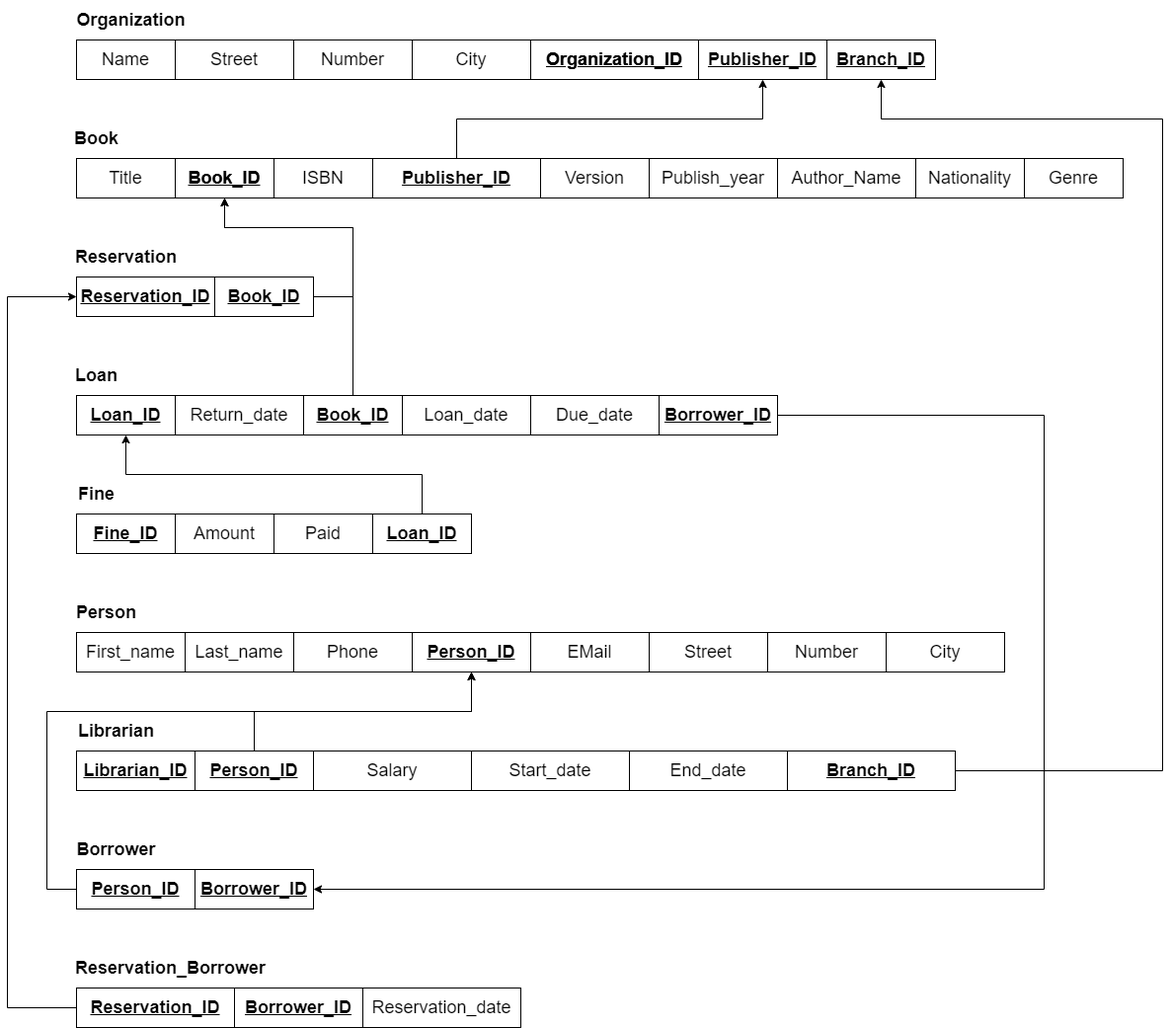
This is Relational_Model/Relational Model - 1NF.png from YouAndMEME/sose23-database, a draw.io export, as it was before one commit. Source tidied: cells renumbered, new cells last; positions are measured from the earlier drawing's top-left corner, leaving out a move shared by most shapes.
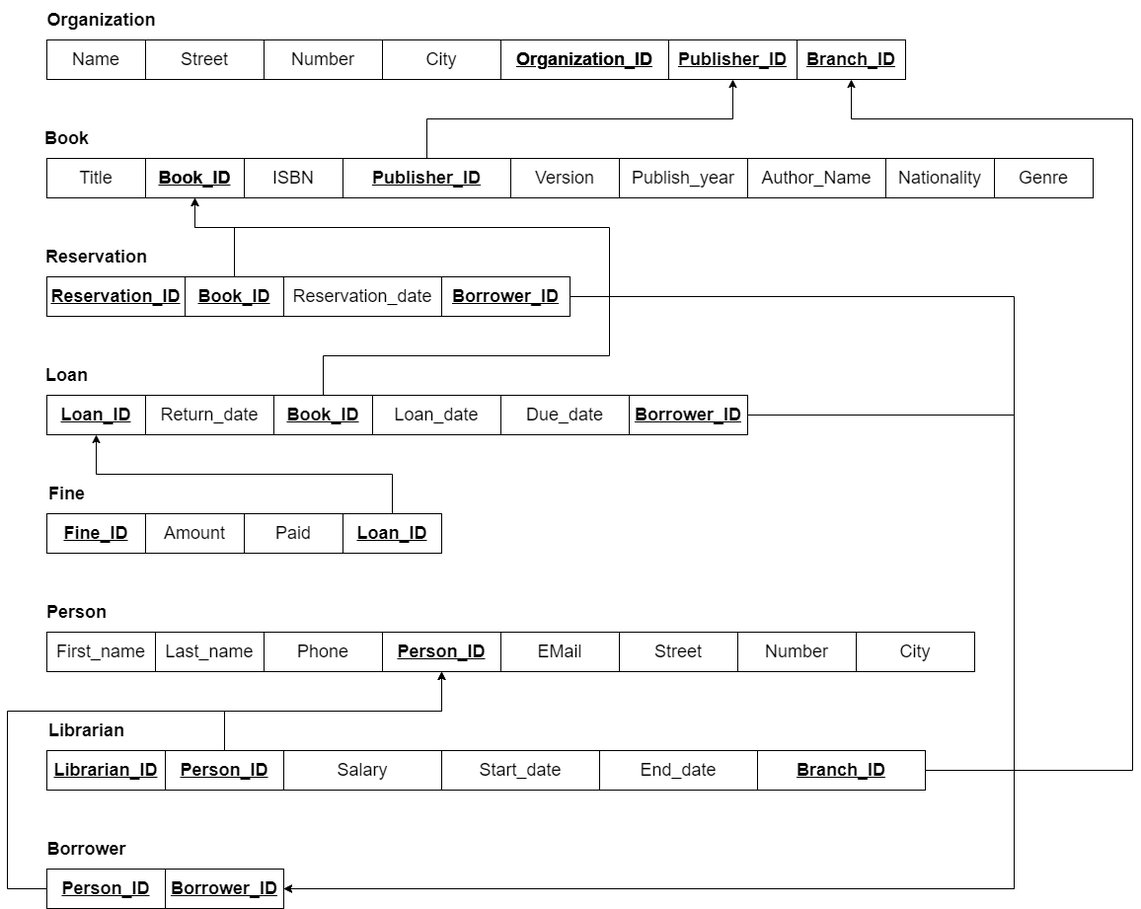
After the commit.

Commit message:
Updated Relational Model Borrower

The edit, as a diff of the source:
```diff
@@ -71,8 +71,7 @@
     <mxCell id="24" style="edgeStyle=orthogonalEdgeStyle;rounded=0;jettySize=auto;html=1;entryX=0.5;entryY=1;entryDx=0;entryDy=0;fontSize=18;" parent="1" edge="1" source="25" target="23">
       <mxGeometry relative="1" as="geometry">
         <Array as="points">
-          <mxPoint x="350" y="300" />
-          <mxPoint x="350" y="230" />
+          <mxPoint x="260" y="230" />
           <mxPoint x="220" y="230" />
         </Array>
       </mxGeometry>
@@ -109,7 +108,9 @@
     <mxCell id="33" style="edgeStyle=orthogonalEdgeStyle;rounded=0;jettySize=auto;html=1;entryX=0.5;entryY=1;entryDx=0;entryDy=0;fontSize=18;" parent="1" edge="1" source="34" target="23">
       <mxGeometry relative="1" as="geometry">
         <Array as="points">
-          <mxPoint x="350" y="230" />
+          <mxPoint x="350" y="360" />
+          <mxPoint x="640" y="360" />
+          <mxPoint x="640" y="230" />
           <mxPoint x="220" y="230" />
         </Array>
       </mxGeometry>
@@ -160,8 +161,8 @@
     <mxCell id="45" style="edgeStyle=orthogonalEdgeStyle;rounded=0;jettySize=auto;html=1;exitX=0;exitY=0.5;exitDx=0;exitDy=0;entryX=0.5;entryY=1;entryDx=0;entryDy=0;fontSize=18;" parent="1" edge="1" source="46" target="15">
       <mxGeometry relative="1" as="geometry">
         <Array as="points">
-          <mxPoint x="40" y="900" />
-          <mxPoint x="40" y="720" />
+          <mxPoint x="30" y="900" />
+          <mxPoint x="30" y="720" />
           <mxPoint x="470" y="720" />
         </Array>
       </mxGeometry>
@@ -169,25 +170,19 @@
     <mxCell id="46" value="&lt;b&gt;Person_ID&lt;/b&gt;" style="whiteSpace=wrap;html=1;align=center;strokeColor=default;fontSize=18;fillColor=none;fontStyle=4;" parent="1" vertex="1">
       <mxGeometry x="70" y="880" width="120" height="40" as="geometry" />
     </mxCell>
-    <mxCell id="47" value="Reservation_Borrower" style="text;strokeColor=none;fillColor=none;html=1;fontSize=18;fontStyle=1;verticalAlign=middle;align=center;" parent="1" vertex="1">
-      <mxGeometry x="110" y="960" width="110" height="40" as="geometry" />
-    </mxCell>
-    <mxCell id="48" style="edgeStyle=orthogonalEdgeStyle;rounded=0;jettySize=auto;html=1;entryX=0;entryY=0.5;entryDx=0;entryDy=0;fontSize=18;" parent="1" edge="1" source="49" target="10">
-      <mxGeometry relative="1" as="geometry">
-        <Array as="points">
-          <mxPoint y="1020" />
-          <mxPoint y="300" />
-        </Array>
-      </mxGeometry>
-    </mxCell>
-    <mxCell id="49" value="Reservation_ID" style="whiteSpace=wrap;html=1;align=center;strokeColor=default;fontSize=18;fillColor=none;fontStyle=5;" parent="1" vertex="1">
-      <mxGeometry x="70" y="1000" width="160" height="40" as="geometry" />
-    </mxCell>
+    <mxCell id="69" style="edgeStyle=orthogonalEdgeStyle;rounded=0;jettySize=auto;html=1;entryX=1;entryY=0.5;entryDx=0;entryDy=0;" parent="1" edge="1" source="50" target="42">
+      <mxGeometry relative="1" as="geometry">
+        <Array as="points">
+          <mxPoint x="1050" y="300" />
+          <mxPoint x="1050" y="900" />
+        </Array>
+      </mxGeometry>
+    </mxCell>
     <mxCell id="50" value="Borrower_ID" style="whiteSpace=wrap;html=1;align=center;strokeColor=default;fontSize=18;fillColor=none;fontStyle=5;" parent="1" vertex="1">
-      <mxGeometry x="230" y="1000" width="130" height="40" as="geometry" />
+      <mxGeometry x="470" y="280" width="130" height="40" as="geometry" />
     </mxCell>
     <mxCell id="51" value="Reservation_date" style="whiteSpace=wrap;html=1;align=center;strokeColor=default;fontSize=18;fillColor=none;" parent="1" vertex="1">
-      <mxGeometry x="360" y="1000" width="160" height="40" as="geometry" />
+      <mxGeometry x="310" y="280" width="160" height="40" as="geometry" />
     </mxCell>
     <mxCell id="52" style="edgeStyle=orthogonalEdgeStyle;rounded=0;jettySize=auto;html=1;exitX=1;exitY=0.5;exitDx=0;exitDy=0;entryX=0.5;entryY=1;entryDx=0;entryDy=0;" parent="1" edge="1" source="53" target="18">
       <mxGeometry relative="1" as="geometry">
```
